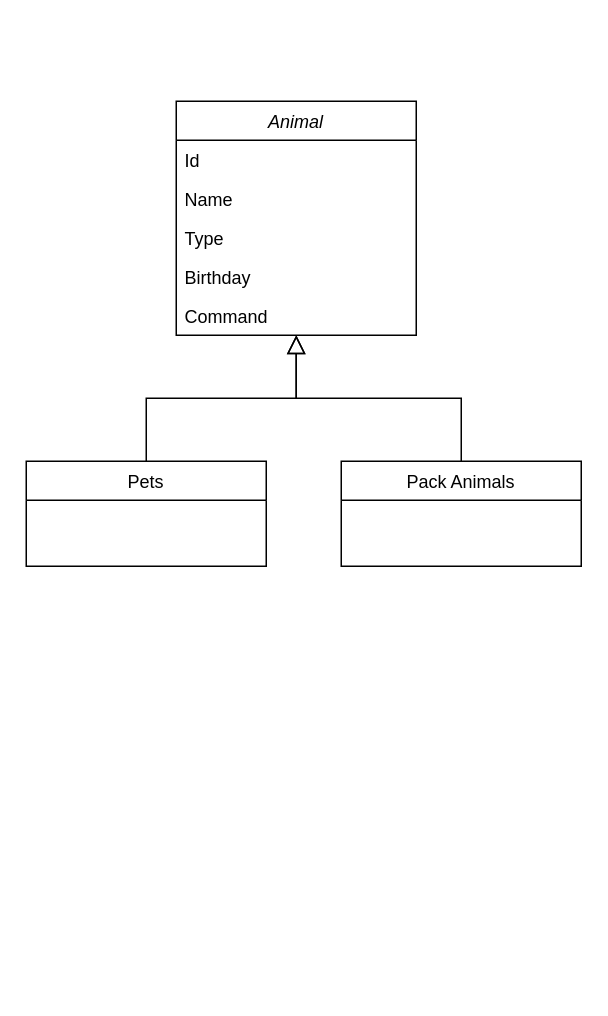
The draw.io diagram src/Диаграмма классов.drawio in SergeyEdalov/Result_control_work, before the edit. Source tidied: cells renumbered, new cells numbered last; positions are measured from the earlier drawing's top-left corner, leaving out a move shared by most shapes. Both pictures are drawn from the tidied source at 150%, with x=0, y=0 at pixel (26, 100).
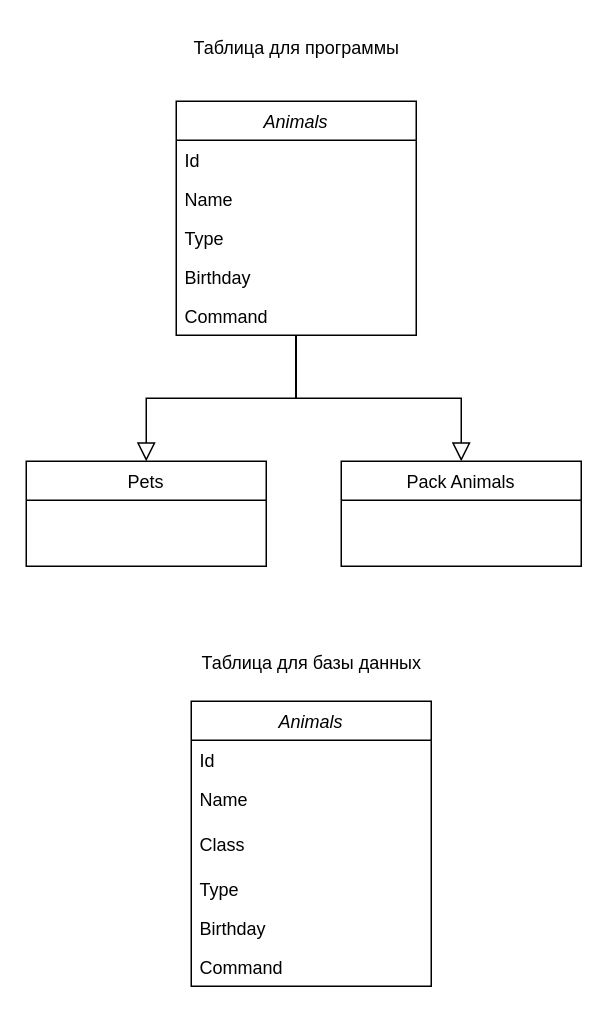
After the change.

The change refers to these unchanged cells:
```xml
<mxCell id="7" value="Command" style="text;align=left;verticalAlign=top;spacingLeft=4;spacingRight=4;overflow=hidden;points=[[0,0.5],[1,0.5]];portConstraint=eastwest;rounded=0;shadow=0;html=0;" parent="2" vertex="1">
  <mxGeometry y="130" width="160" height="26" as="geometry" />
</mxCell>
<mxCell id="8" value="Pets" style="swimlane;fontStyle=0;align=center;verticalAlign=top;horizontal=1;startSize=26;rounded=0;shadow=0;strokeWidth=1;" parent="1" vertex="1">
  <mxGeometry y="240" width="160" height="70" as="geometry" />
</mxCell>
<mxCell id="10" value="Pack Animals" style="swimlane;fontStyle=0;align=center;verticalAlign=top;horizontal=1;startSize=26;rounded=0;shadow=0;strokeWidth=1;" parent="1" vertex="1">
  <mxGeometry x="210" y="240" width="160" height="70" as="geometry" />
</mxCell>
```

Diff of the diagram source:
```diff
@@
-    <mxCell id="2" value="Animal" style="swimlane;fontStyle=2;align=center;verticalAlign=top;horizontal=1;startSize=26;rounded=0;shadow=0;strokeWidth=1;" parent="1" vertex="1">
+    <mxCell id="2" value="Animals" style="swimlane;fontStyle=2;align=center;verticalAlign=top;horizontal=1;startSize=26;rounded=0;shadow=0;strokeWidth=1;" parent="1" vertex="1">
       <mxGeometry x="100" width="160" height="156" as="geometry" />
     </mxCell>
@@
-    <mxCell id="9" style="endArrow=block;endSize=10;endFill=0;shadow=0;strokeWidth=1;rounded=0;edgeStyle=elbowEdgeStyle;elbow=vertical;" parent="1" edge="1" source="8" target="2">
+    <mxCell id="9" style="endArrow=block;endSize=10;endFill=0;shadow=0;strokeWidth=1;rounded=0;edgeStyle=elbowEdgeStyle;elbow=vertical;entryX=0.5;entryY=0;entryDx=0;entryDy=0;" parent="1" edge="1" source="7" target="8">
       <mxGeometry relative="1" as="geometry" />
     </mxCell>
@@
-    <mxCell id="11" style="endArrow=block;endSize=10;endFill=0;shadow=0;strokeWidth=1;rounded=0;edgeStyle=elbowEdgeStyle;elbow=vertical;" parent="1" edge="1" source="10" target="2">
-      <mxGeometry relative="1" as="geometry" />
-    </mxCell>
+    <mxCell id="12" value="Таблица для программы" style="text;html=1;align=center;verticalAlign=middle;strokeColor=none;fillColor=none;" parent="1" vertex="1">
+      <mxGeometry x="100" y="-50" width="160" height="30" as="geometry" />
+    </mxCell>
+    <mxCell id="13" value="Таблица для базы данных" style="text;html=1;align=center;verticalAlign=middle;strokeColor=none;fillColor=none;" parent="1" vertex="1">
+      <mxGeometry x="105" y="360" width="170" height="30" as="geometry" />
+    </mxCell>
+    <mxCell id="14" value="Animals" style="swimlane;fontStyle=2;align=center;verticalAlign=top;horizontal=1;startSize=26;rounded=0;shadow=0;strokeWidth=1;" parent="1" vertex="1">
+      <mxGeometry x="110" y="400" width="160" height="190" as="geometry" />
+    </mxCell>
+    <mxCell id="15" value="Id" style="text;align=left;verticalAlign=top;spacingLeft=4;spacingRight=4;overflow=hidden;" parent="14" vertex="1">
+      <mxGeometry y="26" width="160" height="26" as="geometry" />
+    </mxCell>
+    <mxCell id="16" value="Name" style="text;align=left;verticalAlign=top;spacingLeft=4;spacingRight=4;overflow=hidden;" parent="14" vertex="1">
+      <mxGeometry y="52" width="160" height="30" as="geometry" />
+    </mxCell>
+    <mxCell id="17" value="Class" style="text;align=left;verticalAlign=top;spacingLeft=4;spacingRight=4;overflow=hidden;" parent="14" vertex="1">
+      <mxGeometry y="82" width="160" height="30" as="geometry" />
+    </mxCell>
+    <mxCell id="18" value="Type" style="text;align=left;verticalAlign=top;spacingLeft=4;spacingRight=4;overflow=hidden;rounded=0;shadow=0;html=0;" parent="14" vertex="1">
+      <mxGeometry y="112" width="160" height="26" as="geometry" />
+    </mxCell>
+    <mxCell id="19" value="Birthday" style="text;align=left;verticalAlign=top;spacingLeft=4;spacingRight=4;overflow=hidden;rounded=0;shadow=0;html=0;" parent="14" vertex="1">
+      <mxGeometry y="138" width="160" height="26" as="geometry" />
+    </mxCell>
+    <mxCell id="20" value="Command" style="text;align=left;verticalAlign=top;spacingLeft=4;spacingRight=4;overflow=hidden;rounded=0;shadow=0;html=0;" parent="14" vertex="1">
+      <mxGeometry y="164" width="160" height="26" as="geometry" />
+    </mxCell>
+    <mxCell id="21" style="endArrow=block;endSize=10;endFill=0;shadow=0;strokeWidth=1;rounded=0;edgeStyle=elbowEdgeStyle;elbow=vertical;entryX=0.5;entryY=0;entryDx=0;entryDy=0;exitX=0.498;exitY=1;exitDx=0;exitDy=0;exitPerimeter=0;" parent="1" edge="1" source="7" target="10">
+      <mxGeometry relative="1" as="geometry" />
+    </mxCell>
```
